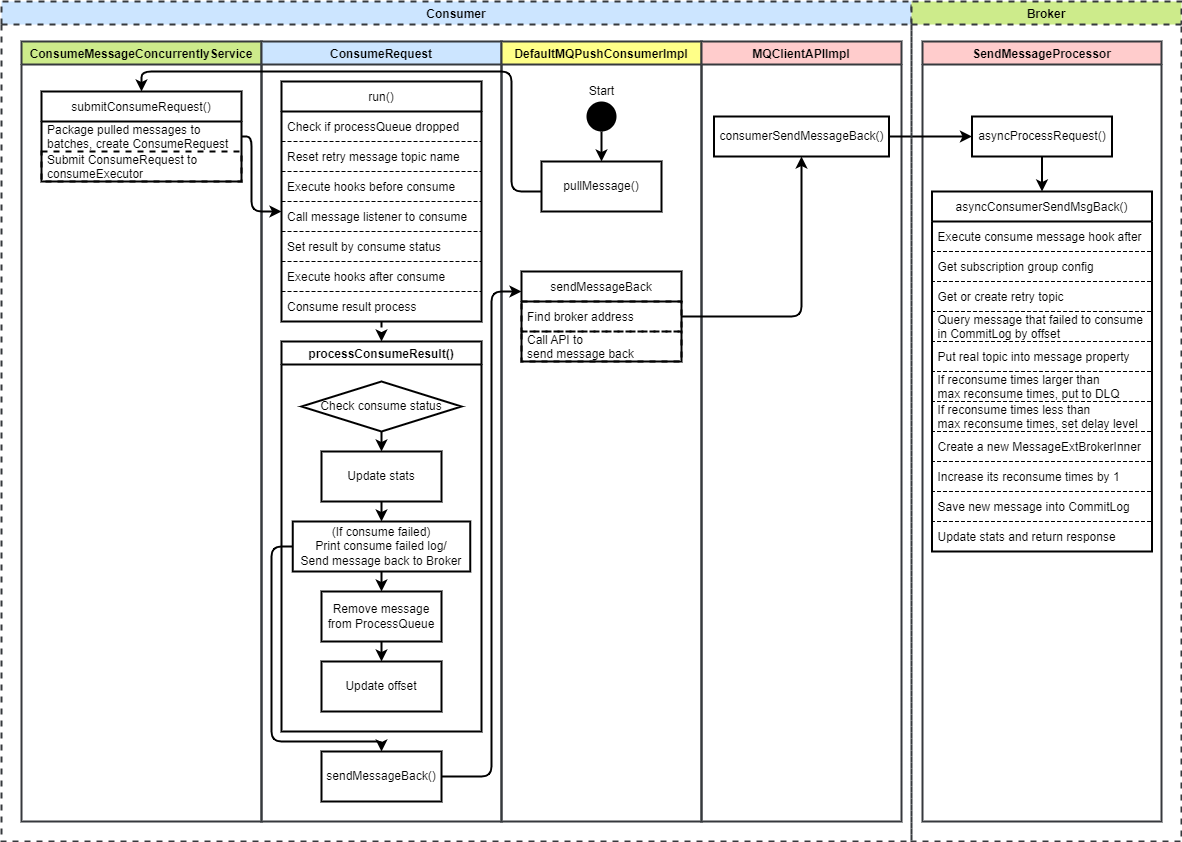
Earlier version of the draw.io export assets/rocketmq-consume-message/rocketmq-consumer-message-consume-process.drawio.png (HScarb/knowledge). Source tidied: cells renumbered, new cells last; positions are measured from the earlier drawing's top-left corner, leaving out a move shared by most shapes.
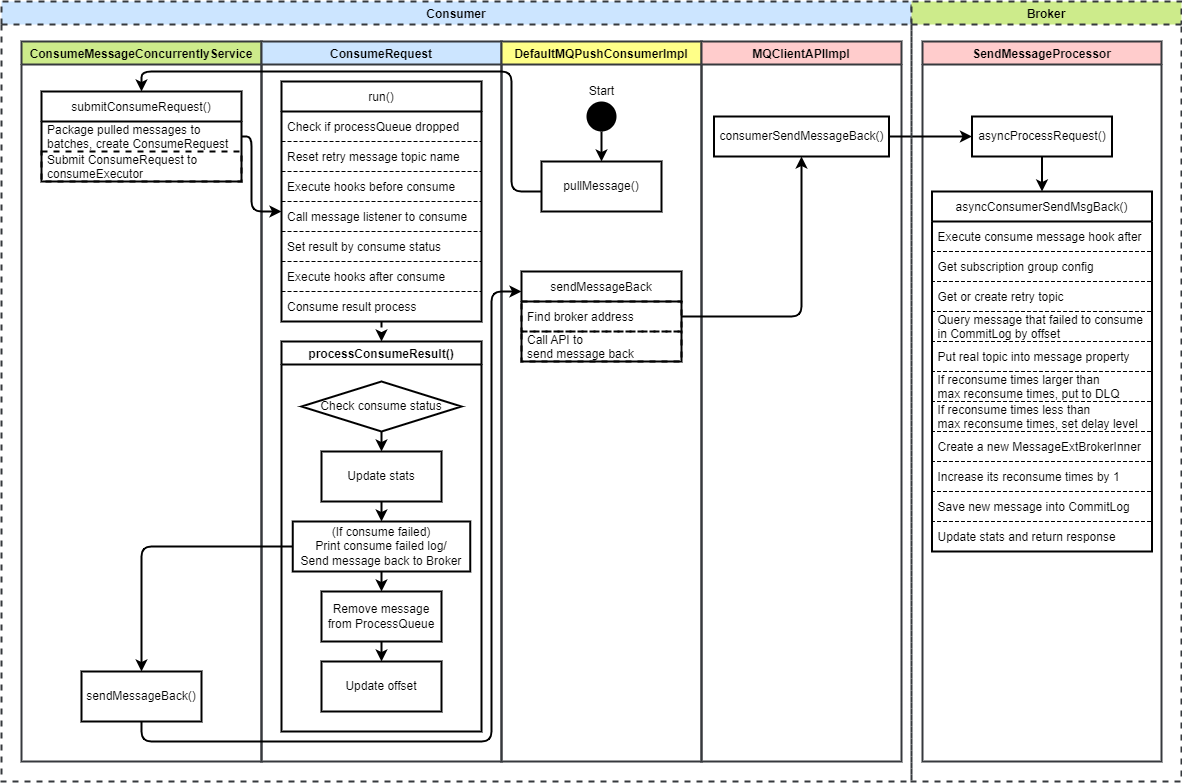
Later version of the same file.

Commit message:
Update rocketmq-consumer-message-consume

Diff of the diagram source:
```diff
@@ -3,7 +3,7 @@
     <mxCell id="0" />
     <mxCell id="1" parent="0" />
     <mxCell id="2" value="ConsumeMessageConcurrentlyService" style="swimlane;fillColor=#cdeb8b;strokeColor=#36393d;strokeWidth=2;" parent="1" vertex="1">
-      <mxGeometry x="20" y="40" width="240" height="780" as="geometry" />
+      <mxGeometry x="20" y="40" width="240" height="720" as="geometry" />
     </mxCell>
     <mxCell id="3" value="submitConsumeRequest()" style="swimlane;fontStyle=0;horizontal=1;startSize=30;strokeWidth=2;" parent="2" vertex="1">
       <mxGeometry x="20" y="50" width="200" height="90" as="geometry" />
@@ -15,7 +15,7 @@
       <mxGeometry y="60" width="200" height="30" as="geometry" />
     </mxCell>
     <mxCell id="6" value="ConsumeRequest" style="swimlane;fillColor=#cce5ff;strokeColor=#36393d;strokeWidth=2;" parent="1" vertex="1">
-      <mxGeometry x="260" y="40" width="240" height="780" as="geometry" />
+      <mxGeometry x="260" y="40" width="240" height="720" as="geometry" />
     </mxCell>
     <mxCell id="7" style="edgeStyle=orthogonalEdgeStyle;html=1;dashed=1;strokeWidth=2;" parent="6" edge="1" source="8" target="16">
       <mxGeometry relative="1" as="geometry" />
@@ -74,20 +74,8 @@
     <mxCell id="25" value="Update offset" style="rounded=0;whiteSpace=wrap;html=1;strokeWidth=2;" parent="16" vertex="1">
       <mxGeometry x="40" y="320" width="120" height="50" as="geometry" />
     </mxCell>
-    <mxCell id="26" value="sendMessageBack()" style="rounded=0;whiteSpace=wrap;html=1;strokeWidth=2;" parent="6" vertex="1">
-      <mxGeometry x="60" y="710" width="120" height="50" as="geometry" />
-    </mxCell>
-    <mxCell id="27" style="edgeStyle=orthogonalEdgeStyle;html=1;strokeWidth=2;" parent="6" edge="1" source="20" target="26">
-      <mxGeometry relative="1" as="geometry">
-        <Array as="points">
-          <mxPoint x="10" y="505" />
-          <mxPoint x="10" y="700" />
-          <mxPoint x="120" y="700" />
-        </Array>
-      </mxGeometry>
-    </mxCell>
     <mxCell id="28" value="DefaultMQPushConsumerImpl" style="swimlane;fillColor=#ffff88;strokeColor=#36393d;strokeWidth=2;" parent="1" vertex="1">
-      <mxGeometry x="500" y="40" width="200" height="780" as="geometry" />
+      <mxGeometry x="500" y="40" width="200" height="720" as="geometry" />
     </mxCell>
     <mxCell id="29" value="sendMessageBack" style="swimlane;fontStyle=0;horizontal=1;startSize=30;strokeWidth=2;" parent="28" vertex="1">
       <mxGeometry x="20" y="230" width="160" height="90" as="geometry" />
@@ -111,13 +99,13 @@
       <mxGeometry x="80" y="40" width="40" height="20" as="geometry" />
     </mxCell>
     <mxCell id="36" value="MQClientAPIImpl" style="swimlane;fillColor=#ffcccc;strokeColor=#36393d;strokeWidth=2;" parent="1" vertex="1">
-      <mxGeometry x="700" y="40" width="200" height="780" as="geometry" />
+      <mxGeometry x="700" y="40" width="200" height="720" as="geometry" />
     </mxCell>
     <mxCell id="37" value="consumerSendMessageBack()" style="rounded=0;whiteSpace=wrap;html=1;strokeWidth=2;" parent="36" vertex="1">
       <mxGeometry x="12.5" y="75" width="175" height="40" as="geometry" />
     </mxCell>
     <mxCell id="38" value="SendMessageProcessor" style="swimlane;fillColor=#ffcccc;strokeColor=#36393d;strokeWidth=2;" parent="1" vertex="1">
-      <mxGeometry x="921" y="40" width="239" height="780" as="geometry" />
+      <mxGeometry x="921" y="40" width="239" height="720" as="geometry" />
     </mxCell>
     <mxCell id="39" style="edgeStyle=orthogonalEdgeStyle;html=1;strokeWidth=2;" parent="38" edge="1" source="40" target="41">
       <mxGeometry relative="1" as="geometry" />
@@ -172,7 +160,7 @@
     <mxCell id="54" style="edgeStyle=orthogonalEdgeStyle;html=1;strokeWidth=2;" parent="1" edge="1" source="26" target="29">
       <mxGeometry relative="1" as="geometry">
         <Array as="points">
-          <mxPoint x="490" y="775" />
+          <mxPoint x="490" y="740" />
           <mxPoint x="490" y="290" />
         </Array>
       </mxGeometry>
@@ -193,10 +181,20 @@
       </mxGeometry>
     </mxCell>
     <mxCell id="58" value="Consumer" style="swimlane;dashed=1;strokeColor=#36393d;strokeWidth=2;fillColor=#cce5ff;" parent="1" vertex="1">
-      <mxGeometry width="910" height="840" as="geometry" />
+      <mxGeometry width="910" height="780" as="geometry" />
     </mxCell>
+    <mxCell id="26" value="sendMessageBack()" style="rounded=0;whiteSpace=wrap;html=1;strokeWidth=2;" parent="58" vertex="1">
+      <mxGeometry x="80" y="670" width="120" height="50" as="geometry" />
+    </mxCell>
     <mxCell id="59" value="Broker" style="swimlane;dashed=1;strokeColor=#36393d;strokeWidth=2;fillColor=#cdeb8b;" parent="1" vertex="1">
-      <mxGeometry x="910" width="270" height="840" as="geometry" />
+      <mxGeometry x="910" width="270" height="780" as="geometry" />
     </mxCell>
+    <mxCell id="27" style="edgeStyle=orthogonalEdgeStyle;html=1;strokeWidth=2;" parent="1" edge="1" source="20" target="26">
+      <mxGeometry relative="1" as="geometry">
+        <Array as="points">
+          <mxPoint x="140" y="545" />
+        </Array>
+      </mxGeometry>
+    </mxCell>
   </root>
 </mxGraphModel>
```
